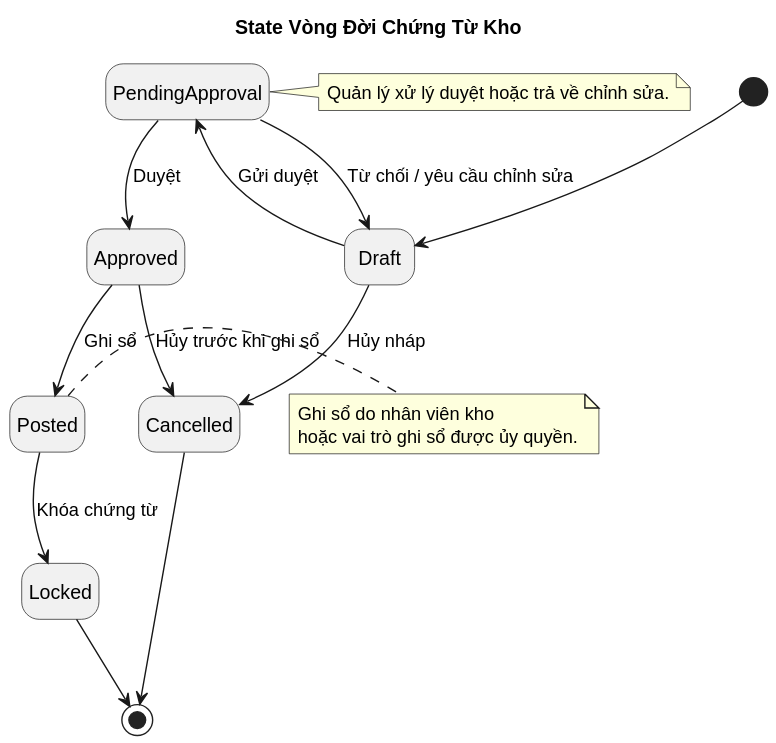
This is Diagram/plantuml-svg/State_VongDoi_ChungTuKho.svg from TheGiver262/WarePro, a PlantUML export, as it was before one commit.
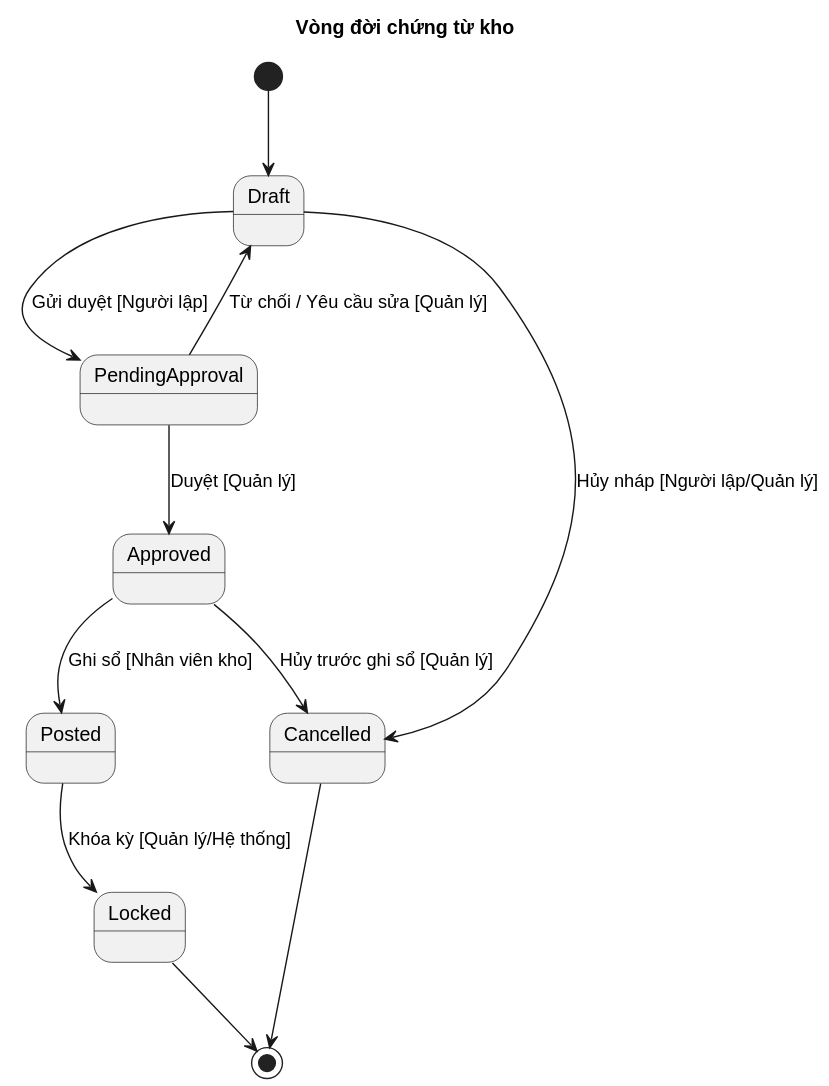
After the change.

The edit, as a diff of the source:
```diff
@@ -1,27 +1,17 @@
 @startuml
-title State Vòng Đời Chứng Từ Kho
-hide empty description
+title Vòng đời chứng từ kho
 
 [*] --> Draft
-Draft --> PendingApproval : Gửi duyệt
-Draft --> Cancelled : Hủy nháp
+Draft --> PendingApproval: Gửi duyệt [Người lập]
+Draft --> Cancelled: Hủy nháp [Người lập/Quản lý]
 
-PendingApproval --> Draft : Từ chối / yêu cầu chỉnh sửa
-PendingApproval --> Approved : Duyệt
+PendingApproval --> Draft: Từ chối / Yêu cầu sửa [Quản lý]
+PendingApproval --> Approved: Duyệt [Quản lý]
 
-Approved --> Posted : Ghi sổ
-Approved --> Cancelled : Hủy trước khi ghi sổ
+Approved --> Posted: Ghi sổ [Nhân viên kho]
+Approved --> Cancelled: Hủy trước ghi sổ [Quản lý]
 
-Posted --> Locked : Khóa chứng từ
+Posted --> Locked: Khóa kỳ [Quản lý/Hệ thống]
 Locked --> [*]
 Cancelled --> [*]
-
-note right of PendingApproval
-Quản lý xử lý duyệt hoặc trả về chỉnh sửa.
-end note
-
-note right of Posted
-Ghi sổ do nhân viên kho
-hoặc vai trò ghi sổ được ủy quyền.
-end note
 @enduml
```
